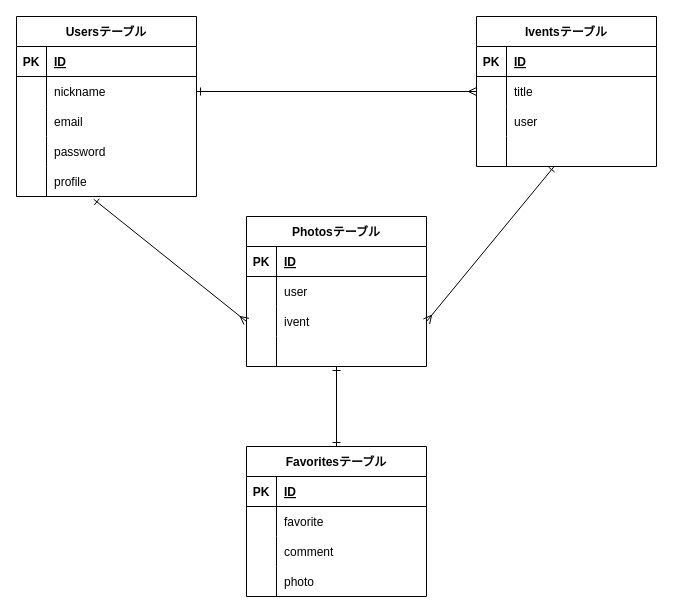
This is ER.dio from hamatoru/memory-roots, a draw.io file, before an edit. Source tidied: cells renumbered, new cells numbered last; positions are measured from the earlier drawing's top-left corner, leaving out a move shared by most shapes. Both pictures are drawn from the tidied source at 100%, with x=0, y=0 at pixel (16, 16).
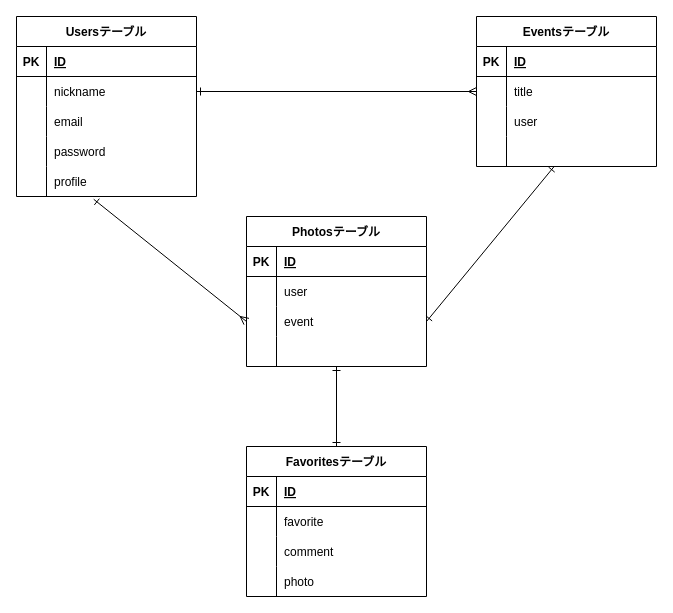
Above is the later version.

Commit message (it also covers changes not shown here):
ER修正とREADMEの記述

Unchanged cells that the change refers to:
```xml
<mxCell id="9" style="shape=tableRow;horizontal=0;startSize=0;swimlaneHead=0;swimlaneBody=0;fillColor=none;points=[[0,0.5],[1,0.5]];portConstraint=eastwest;top=0;left=0;right=0;bottom=0;" parent="2" vertex="1">
  <mxGeometry y="90" width="180" height="30" as="geometry" />
</mxCell>
<mxCell id="25" style="shape=tableRow;horizontal=0;startSize=0;swimlaneHead=0;swimlaneBody=0;fillColor=none;points=[[0,0.5],[1,0.5]];portConstraint=eastwest;top=0;left=0;right=0;bottom=0;" parent="15" vertex="1">
  <mxGeometry y="120" width="180" height="30" as="geometry" />
</mxCell>
```

The edit, as a diff of the source:
```diff
@@
-    <mxCell id="11" value="ivent" style="shape=partialRectangle;fillColor=none;top=0;left=0;bottom=0;right=0;align=left;spacingLeft=6;overflow=hidden;" parent="9" vertex="1">
+    <mxCell id="11" value="event" style="shape=partialRectangle;fillColor=none;top=0;left=0;bottom=0;right=0;align=left;spacingLeft=6;overflow=hidden;" parent="9" vertex="1">
       <mxGeometry x="30" width="150" height="30" as="geometry" />
     </mxCell>
@@
-    <mxCell id="15" value="Iventsテーブル" style="shape=table;startSize=30;childLayout=tableLayout;rowLines=0;fontStyle=1;align=center;" parent="1" vertex="1">
+    <mxCell id="15" value="Eventsテーブル" style="shape=table;startSize=30;childLayout=tableLayout;rowLines=0;fontStyle=1;align=center;" parent="1" vertex="1">
       <mxGeometry x="460" width="180" height="150" as="geometry" />
     </mxCell>
@@
-    <mxCell id="58" style="edgeStyle=none;html=1;entryX=1;entryY=0.5;entryDx=0;entryDy=0;startArrow=ERone;startFill=0;endArrow=ERmany;endFill=0;" parent="1" edge="1" source="25" target="9">
+    <mxCell id="58" style="edgeStyle=none;html=1;entryX=1;entryY=0.5;entryDx=0;entryDy=0;startArrow=ERone;startFill=0;endArrow=ERone;endFill=0;" parent="1" edge="1" source="25" target="9">
       <mxGeometry relative="1" as="geometry" />
     </mxCell>
```
